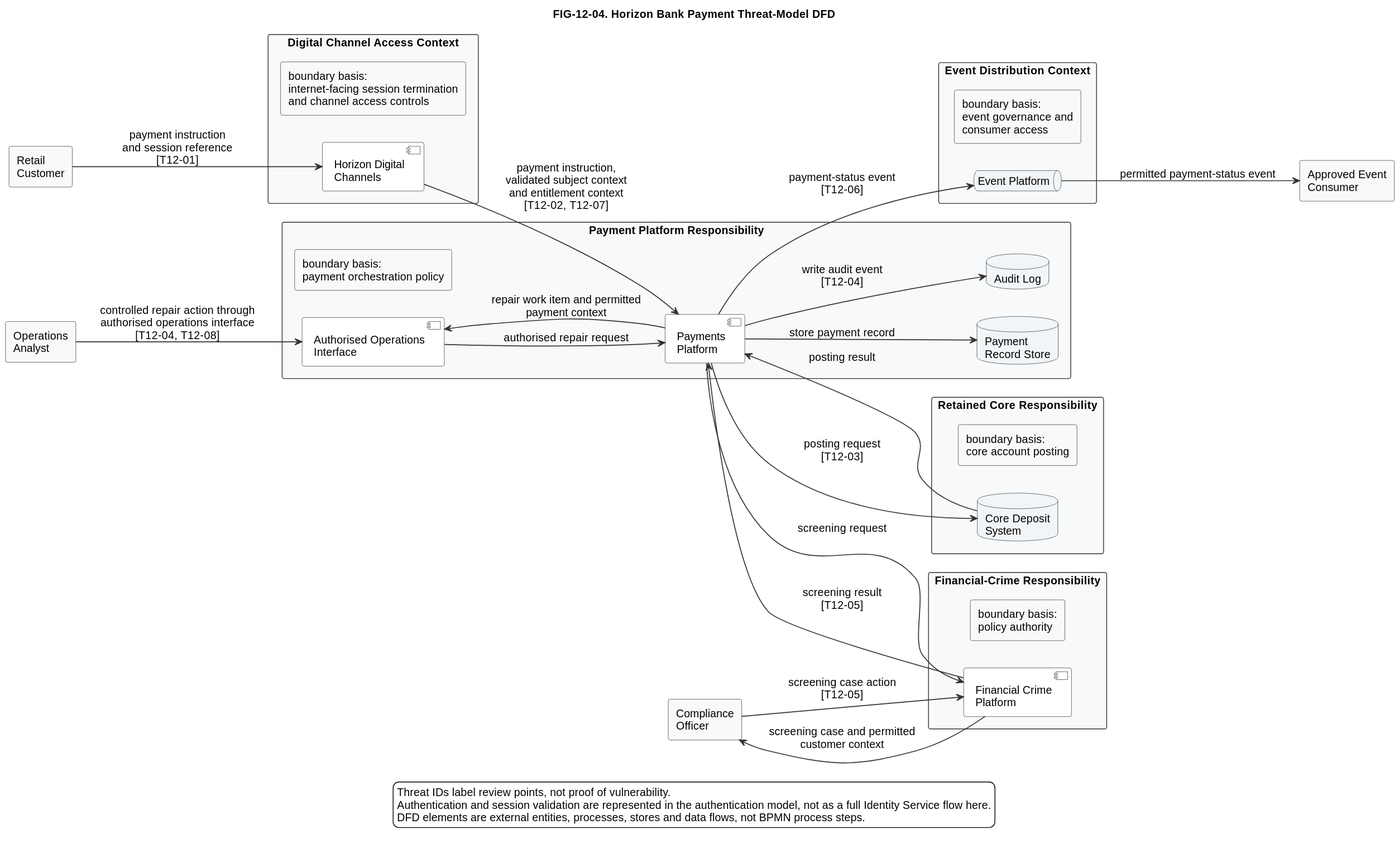
Before: diagrams/exported/svg/FIG-12-04-horizon-bank-payment-threat-model-dfd.svg, a diagram exported from PlantUML (nishikanttiwari01/Architecture_Modelling).
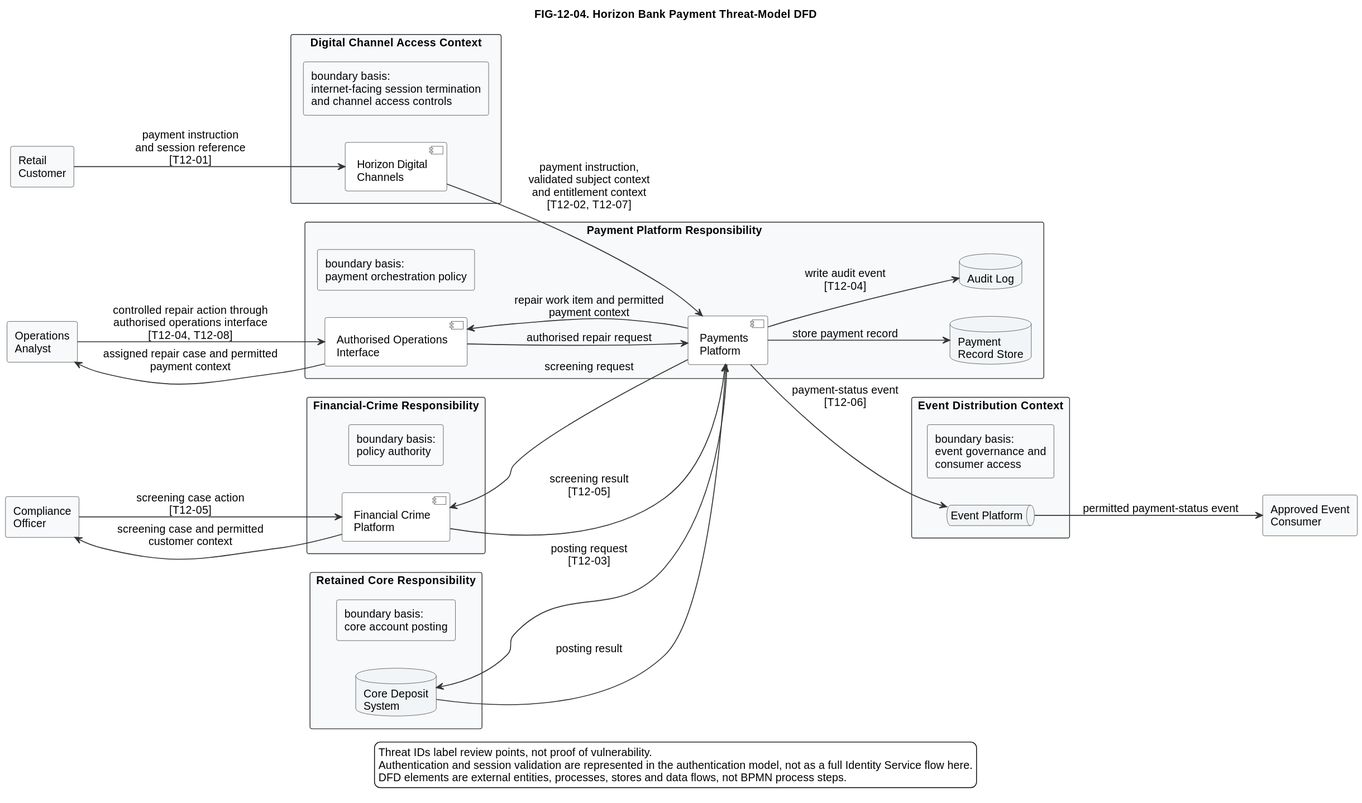
The same diagram one commit later.

Commit message:
Add Chapter 12 repair case presentation flow

The edit, as a diff of the source:
```diff
@@ -63,6 +63,7 @@
 Compliance --> FinancialCrime : screening case action\n[T12-05]
 
 Payments --> OpsInterface : repair work item and permitted\npayment context
+OpsInterface --> Ops : assigned repair case and permitted\npayment context
 Ops --> OpsInterface : controlled repair action through\nauthorised operations interface\n[T12-04, T12-08]
 OpsInterface --> Payments : authorised repair request
 
```
